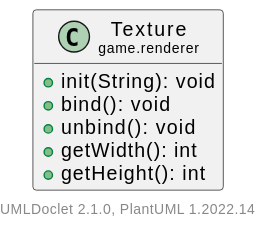
The PlantUML diagram doc/javadoc/game/renderer/Texture.svg in Hirschiii/JavaGameEngine, before a commit. Its diagram source:
```plantuml
@startuml
    set namespaceSeparator none
    hide empty fields
    hide empty methods

    class "<size:14>Texture\n<size:10>game.renderer" as game.renderer.Texture [[Texture.html]] {
        +init(String): void
        +bind(): void
        +unbind(): void
        +getWidth(): int
        +getHeight(): int
    }

    center footer UMLDoclet 2.1.0, PlantUML %version()
@enduml
```
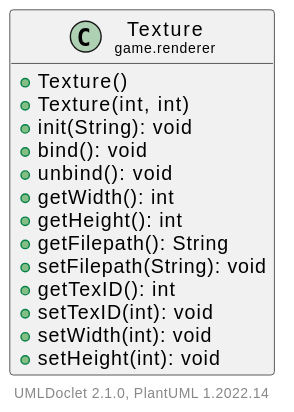
After the commit.

Change to the diagram source:
```diff
@@ -4,11 +4,19 @@
     hide empty methods
 
     class "<size:14>Texture\n<size:10>game.renderer" as game.renderer.Texture [[Texture.html]] {
+        +Texture()
+        +Texture(int, int)
         +init(String): void
         +bind(): void
         +unbind(): void
         +getWidth(): int
         +getHeight(): int
+        +getFilepath(): String
+        +setFilepath(String): void
+        +getTexID(): int
+        +setTexID(int): void
+        +setWidth(int): void
+        +setHeight(int): void
     }
 
     center footer UMLDoclet 2.1.0, PlantUML %version()
```
